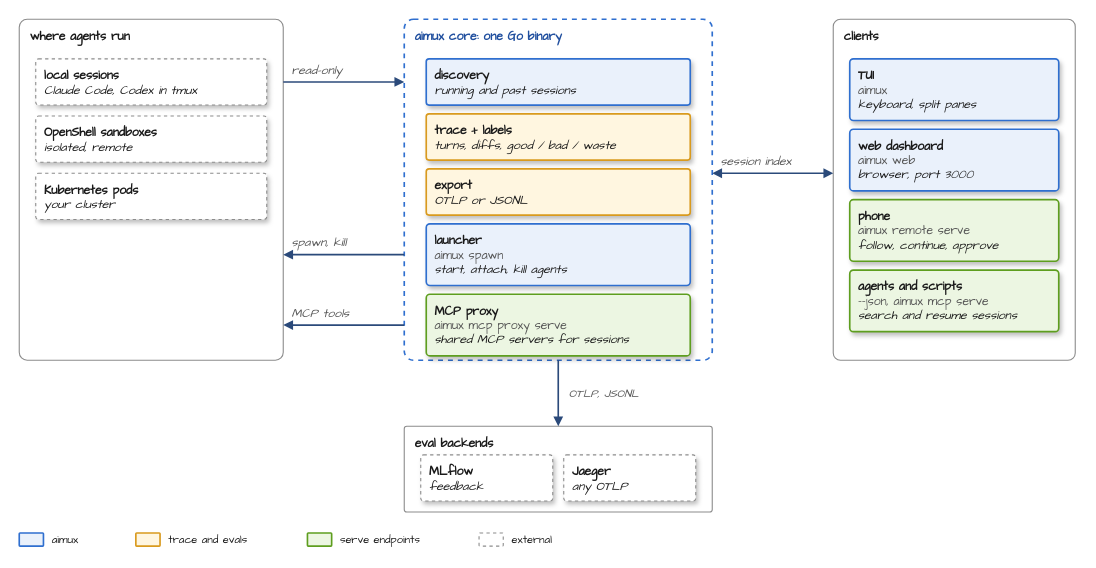
This is docs/diagrams/architecture.drawio from zanetworker/aimux, a draw.io file, before an edit. Source tidied: cells renumbered, new cells numbered last; positions are measured from the earlier drawing's top-left corner, leaving out a move shared by most shapes. Both pictures are drawn from the tidied source at 110%, with x=0, y=0 at pixel (19, 19).
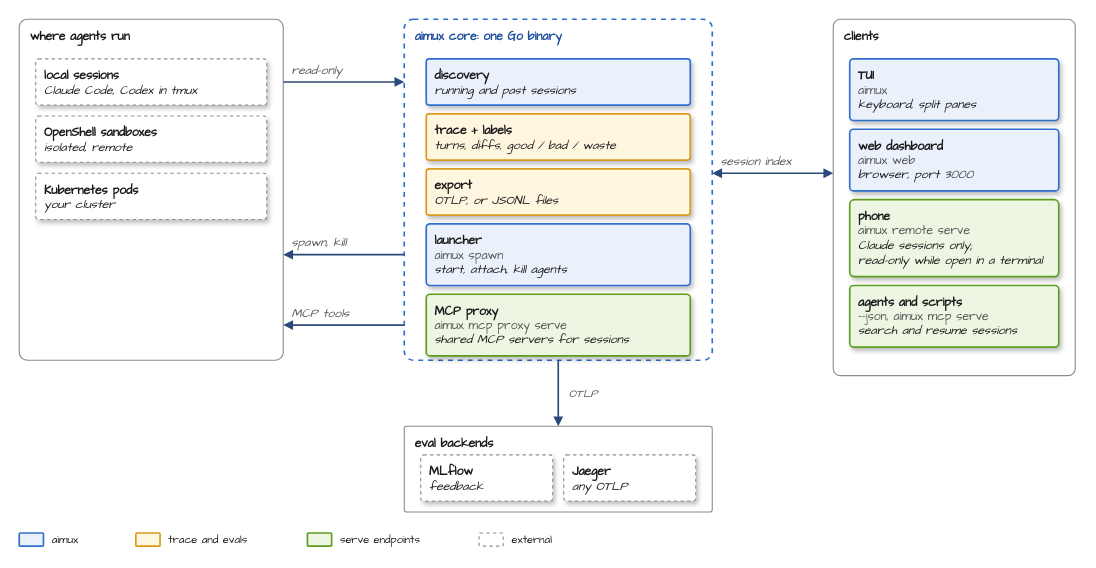
The same diagram, later.

Commit message (it also covers changes not shown here):
docs: address PR review (remote scope, chat scope, search example, focus, export targets)

Diff of the diagram source:
```diff
@@
-    <mxCell id="9" value="&lt;b&gt;export&lt;/b&gt;&lt;br&gt;&lt;i&gt;OTLP or JSONL&lt;/i&gt;" style="html=1;whiteSpace=wrap;fontFamily=Comic Sans MS;fontColor=#1A1A1A;rounded=1;arcSize=6;fillColor=#EAF1FB;strokeColor=#2F6FCF;strokeWidth=1.5;shadow=1;fontSize=11;align=left;verticalAlign=top;spacingLeft=6;spacingTop=2;fillColor=#FFF6E0;strokeColor=#D99A1E;" parent="1" vertex="1">
+    <mxCell id="9" value="&lt;b&gt;export&lt;/b&gt;&lt;br&gt;&lt;i&gt;OTLP, or JSONL files&lt;/i&gt;" style="html=1;whiteSpace=wrap;fontFamily=Comic Sans MS;fontColor=#1A1A1A;rounded=1;arcSize=6;fillColor=#EAF1FB;strokeColor=#2F6FCF;strokeWidth=1.5;shadow=1;fontSize=11;align=left;verticalAlign=top;spacingLeft=6;spacingTop=2;fillColor=#FFF6E0;strokeColor=#D99A1E;" parent="1" vertex="1">
       <mxGeometry x="370" y="136" width="240" height="42" as="geometry" />
     </mxCell>
@@
     <mxCell id="12" value="clients" style="html=1;whiteSpace=wrap;fontFamily=Comic Sans MS;fontColor=#1A1A1A;rounded=1;arcSize=3;fillColor=#FFFFFF;strokeColor=#8C8C8C;fontStyle=1;fontSize=11;align=left;verticalAlign=top;spacingLeft=8;spacingTop=2;" parent="1" vertex="1">
-      <mxGeometry x="740" width="220" height="310" as="geometry" />
+      <mxGeometry x="740" width="220" height="324" as="geometry" />
     </mxCell>
@@
-    <mxCell id="15" value="&lt;b&gt;phone&lt;/b&gt;&lt;br&gt;&lt;span style=&quot;color:#555555&quot;&gt;aimux remote serve&lt;/span&gt;&lt;br&gt;&lt;i&gt;follow, continue, approve&lt;/i&gt;" style="html=1;whiteSpace=wrap;fontFamily=Comic Sans MS;fontColor=#1A1A1A;rounded=1;arcSize=6;fillColor=#EAF1FB;strokeColor=#2F6FCF;strokeWidth=1.5;shadow=1;fontSize=11;align=left;verticalAlign=top;spacingLeft=6;spacingTop=2;fillColor=#ECF6E2;strokeColor=#5E9E1F;" parent="1" vertex="1">
-      <mxGeometry x="755" y="164" width="190" height="56" as="geometry" />
+    <mxCell id="15" value="&lt;b&gt;phone&lt;/b&gt;&lt;br&gt;&lt;span style=&quot;color:#555555&quot;&gt;aimux remote serve&lt;/span&gt;&lt;br&gt;&lt;i&gt;Claude sessions only;&#10;read-only while open in a terminal&lt;/i&gt;" style="html=1;whiteSpace=wrap;fontFamily=Comic Sans MS;fontColor=#1A1A1A;rounded=1;arcSize=6;fillColor=#EAF1FB;strokeColor=#2F6FCF;strokeWidth=1.5;shadow=1;fontSize=11;align=left;verticalAlign=top;spacingLeft=6;spacingTop=2;fillColor=#ECF6E2;strokeColor=#5E9E1F;" parent="1" vertex="1">
+      <mxGeometry x="755" y="164" width="190" height="70" as="geometry" />
     </mxCell>
     <mxCell id="16" value="&lt;b&gt;agents and scripts&lt;/b&gt;&lt;br&gt;&lt;span style=&quot;color:#555555&quot;&gt;--json, aimux mcp serve&lt;/span&gt;&lt;br&gt;&lt;i&gt;search and resume sessions&lt;/i&gt;" style="html=1;whiteSpace=wrap;fontFamily=Comic Sans MS;fontColor=#1A1A1A;rounded=1;arcSize=6;fillColor=#EAF1FB;strokeColor=#2F6FCF;strokeWidth=1.5;shadow=1;fontSize=11;align=left;verticalAlign=top;spacingLeft=6;spacingTop=2;fillColor=#ECF6E2;strokeColor=#5E9E1F;" parent="1" vertex="1">
-      <mxGeometry x="755" y="228" width="190" height="56" as="geometry" />
+      <mxGeometry x="755" y="242" width="190" height="56" as="geometry" />
     </mxCell>
@@
-    <mxCell id="28" value="OTLP, JSONL" style="html=1;fontFamily=Comic Sans MS;fontStyle=2;fontColor=#555555;fontSize=10;labelBackgroundColor=none;align=left;endArrow=block;endSize=5;endFill=1;strokeColor=#2B4A7A;strokeWidth=1.5;rounded=0;" parent="1" edge="1">
+    <mxCell id="28" value="OTLP" style="html=1;fontFamily=Comic Sans MS;fontStyle=2;fontColor=#555555;fontSize=10;labelBackgroundColor=none;align=left;endArrow=block;endSize=5;endFill=1;strokeColor=#2B4A7A;strokeWidth=1.5;rounded=0;" parent="1" edge="1">
       <mxGeometry relative="1" as="geometry">
         <mxPoint x="490" y="310" as="sourcePoint" />
         <mxPoint x="490" y="370" as="targetPoint" />
         <mxPoint x="8" as="offset" />
       </mxGeometry>
     </mxCell>
```
